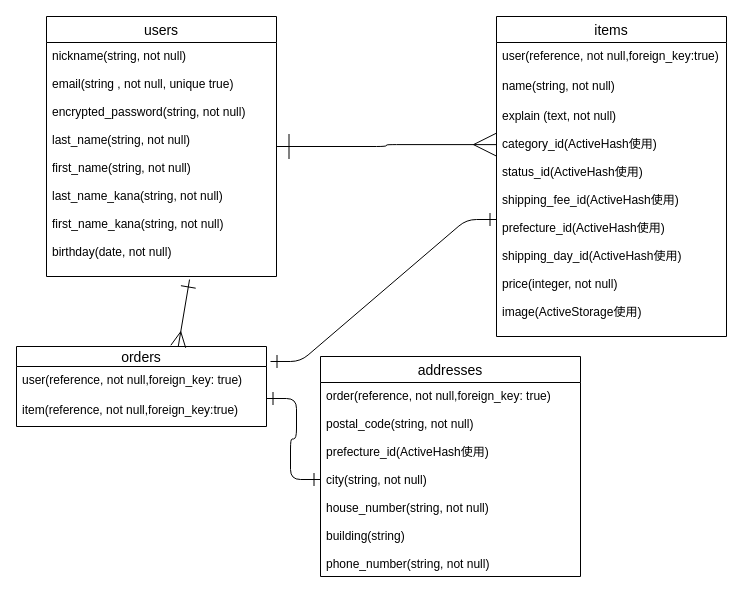
honeygoct/furima-34732 keeps this draw.io diagram as furima.dio. Above is the earlier version. Source tidied: cells renumbered, new cells numbered last; positions are measured from the earlier drawing's top-left corner, leaving out a move shared by most shapes. Both pictures are drawn from the tidied source at 100%, with x=0, y=0 at pixel (16, 16).
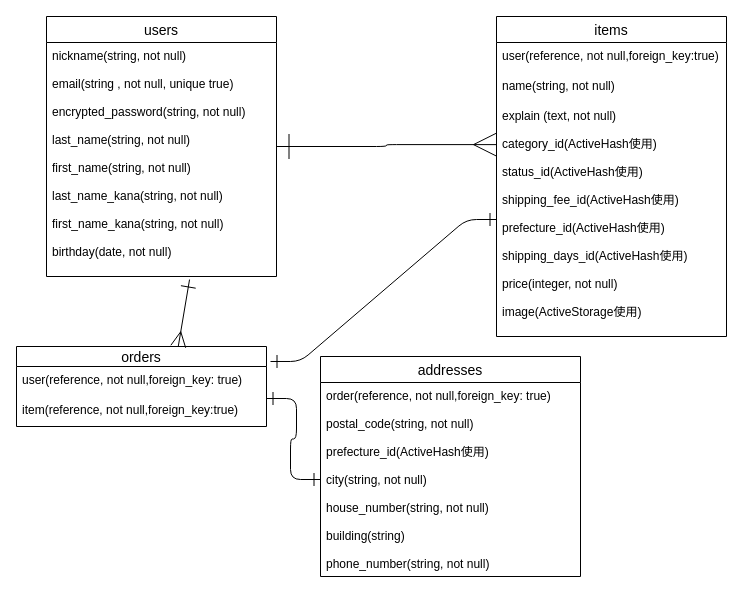
The same page after the edit.

The edit, as a diff of the source:
```diff
@@
 <mxGraphModel>
   <root>
     <mxCell id="0" />
     <mxCell id="1" parent="0" />
     <mxCell id="2" value="users" style="swimlane;fontStyle=0;horizontal=1;startSize=26;align=center;fontSize=14;" parent="1" vertex="1">
       <mxGeometry x="30" width="230" height="260" as="geometry" />
     </mxCell>
     <mxCell id="3" value="nickname(string, not null)&#10;&#10;email(string , not null, unique true)&#10;&#10;encrypted_password(string, not null)&#10;&#10;last_name(string, not null)&#10;&#10;first_name(string, not null)&#10;&#10;last_name_kana(string, not null)&#10;&#10;first_name_kana(string, not null)&#10;&#10;birthday(date, not null)" style="text;strokeColor=none;fillColor=none;spacingLeft=4;spacingRight=4;overflow=hidden;points=[[0,0.5],[1,0.5]];portConstraint=eastwest;fontSize=12;" parent="2" vertex="1">
       <mxGeometry y="26" width="230" height="234" as="geometry" />
     </mxCell>
     <mxCell id="4" value="items" style="swimlane;fontStyle=0;horizontal=1;startSize=26;align=center;fontSize=14;" parent="1" vertex="1">
       <mxGeometry x="480" width="230" height="320" as="geometry" />
     </mxCell>
     <mxCell id="5" value="user(reference, not null,foreign_key:true)&#10;" style="text;strokeColor=none;fillColor=none;spacingLeft=4;spacingRight=4;overflow=hidden;fontSize=12;" parent="4" vertex="1">
       <mxGeometry y="26" width="230" height="30" as="geometry" />
     </mxCell>
     <mxCell id="6" value="name(string, not null)&#10;" style="text;strokeColor=none;fillColor=none;spacingLeft=4;spacingRight=4;overflow=hidden;fontSize=12;" parent="4" vertex="1">
       <mxGeometry y="56" width="230" height="30" as="geometry" />
     </mxCell>
-    <mxCell id="7" value="explain (text, not null)&#10;&#10;category_id(ActiveHash使用)&#10;&#10;status_id(ActiveHash使用)&#10;&#10;shipping_fee_id(ActiveHash使用)&#10;&#10;prefecture_id(ActiveHash使用)&#10;&#10;shipping_day_id(ActiveHash使用)&#10;&#10;price(integer, not null)&#10;&#10;image(ActiveStorage使用)" style="text;strokeColor=none;fillColor=none;spacingLeft=4;spacingRight=4;overflow=hidden;points=[[0,0.5],[1,0.5]];portConstraint=eastwest;fontSize=12;" parent="4" vertex="1">
+    <mxCell id="7" value="explain (text, not null)&#10;&#10;category_id(ActiveHash使用)&#10;&#10;status_id(ActiveHash使用)&#10;&#10;shipping_fee_id(ActiveHash使用)&#10;&#10;prefecture_id(ActiveHash使用)&#10;&#10;shipping_days_id(ActiveHash使用)&#10;&#10;price(integer, not null)&#10;&#10;image(ActiveStorage使用)" style="text;strokeColor=none;fillColor=none;spacingLeft=4;spacingRight=4;overflow=hidden;points=[[0,0.5],[1,0.5]];portConstraint=eastwest;fontSize=12;" parent="4" vertex="1">
       <mxGeometry y="86" width="230" height="234" as="geometry" />
     </mxCell>
     <mxCell id="8" value="orders" style="swimlane;fontStyle=0;horizontal=1;startSize=20;align=center;fontSize=14;" parent="1" vertex="1">
       <mxGeometry y="330" width="250" height="80" as="geometry" />
     </mxCell>
     <mxCell id="9" value="user(reference, not null,foreign_key: true)" style="text;strokeColor=none;fillColor=none;spacingLeft=4;spacingRight=4;overflow=hidden;points=[[0,0.5],[1,0.5]];portConstraint=eastwest;fontSize=12;" parent="8" vertex="1">
       <mxGeometry y="20" width="250" height="30" as="geometry" />
     </mxCell>
     <mxCell id="10" value="item(reference, not null,foreign_key:true)" style="text;strokeColor=none;fillColor=none;spacingLeft=4;spacingRight=4;overflow=hidden;fontSize=12;" parent="8" vertex="1">
       <mxGeometry y="50" width="250" height="30" as="geometry" />
     </mxCell>
     <mxCell id="11" style="edgeStyle=orthogonalEdgeStyle;fontSize=12;html=1;endArrow=ERmany;startArrow=ERone;exitX=1;exitY=0.5;exitDx=0;exitDy=0;endFill=0;strokeWidth=1;endSize=21;startFill=0;startSize=23;entryX=0;entryY=0.18;entryDx=0;entryDy=0;entryPerimeter=0;" parent="1" edge="1" source="2" target="7">
       <mxGeometry relative="1" as="geometry" />
     </mxCell>
     <mxCell id="12" value="addresses" style="swimlane;fontStyle=0;horizontal=1;startSize=26;align=center;fontSize=14;" parent="1" vertex="1">
       <mxGeometry x="304" y="340" width="260" height="220" as="geometry" />
     </mxCell>
     <mxCell id="13" value="order(reference, not null,foreign_key: true)&#10;&#10;postal_code(string, not null)&#10;&#10;prefecture_id(ActiveHash使用)&#10;&#10;city(string, not null)&#10;&#10;house_number(string, not null)&#10;&#10;building(string)&#10;&#10;phone_number(string, not null)" style="text;strokeColor=none;fillColor=none;spacingLeft=4;spacingRight=4;overflow=hidden;points=[[0,0.5],[1,0.5]];portConstraint=eastwest;fontSize=12;" parent="12" vertex="1">
       <mxGeometry y="26" width="260" height="194" as="geometry" />
     </mxCell>
     <mxCell id="14" style="fontSize=12;html=1;endArrow=ERmany;exitX=0.622;exitY=1.013;exitDx=0;exitDy=0;exitPerimeter=0;endFill=0;endSize=13;startArrow=ERone;startFill=0;startSize=13;entryX=0.647;entryY=0;entryDx=0;entryDy=0;entryPerimeter=0;" parent="1" edge="1" source="3" target="8">
       <mxGeometry relative="1" as="geometry" />
     </mxCell>
     <mxCell id="15" style="edgeStyle=entityRelationEdgeStyle;fontSize=12;html=1;endArrow=ERone;endFill=0;exitX=1.016;exitY=-0.167;exitDx=0;exitDy=0;exitPerimeter=0;startArrow=ERone;startFill=0;endSize=11;startSize=11;" parent="1" edge="1" source="9" target="7">
       <mxGeometry relative="1" as="geometry" />
     </mxCell>
     <mxCell id="16" style="edgeStyle=entityRelationEdgeStyle;fontSize=12;html=1;endArrow=ERone;endFill=0;startArrow=ERone;startFill=0;endSize=11;startSize=11;" parent="1" edge="1" target="13">
       <mxGeometry relative="1" as="geometry">
         <mxPoint x="250" y="382" as="sourcePoint" />
       </mxGeometry>
     </mxCell>
   </root>
 </mxGraphModel>
```
